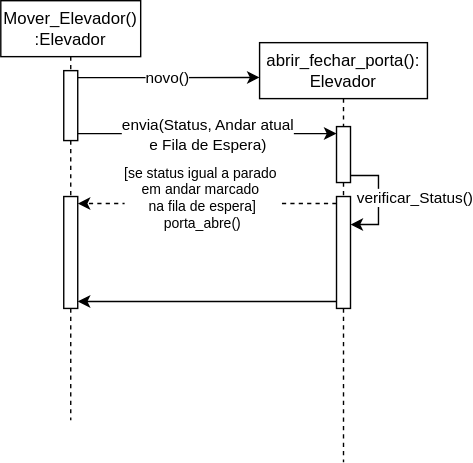
The draw.io diagram Diagrama-Sequencia/Abre_FechaPorta.svg in wholocked1/Projeto-2-modelagem, before a commit. Source tidied: cells renumbered, new cells last; positions are measured from the earlier drawing's top-left corner, leaving out a move shared by most shapes.
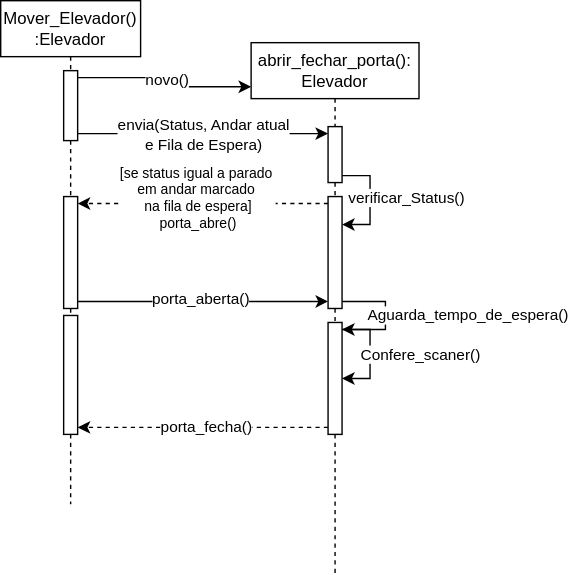
Later version of the same file.

Change to the diagram source:
```diff
@@ -3,10 +3,13 @@
     <mxCell id="0" />
     <mxCell id="1" parent="0" />
     <mxCell id="2" value="Mover_Elevador()&lt;div&gt;:Elevador&lt;/div&gt;" style="shape=umlLifeline;perimeter=lifelinePerimeter;whiteSpace=wrap;html=1;newEdgeStyle={&quot;curved&quot;:0,&quot;rounded&quot;:0};" parent="1" vertex="1">
-      <mxGeometry width="100" height="300" as="geometry" />
+      <mxGeometry width="100" height="360" as="geometry" />
     </mxCell>
+    <mxCell id="17" style="html=1;points=[[0,0,0,0,5],[0,1,0,0,-5],[1,0,0,0,5],[1,1,0,0,-5]];perimeter=orthogonalPerimeter;outlineConnect=0;targetShapes=umlLifeline;portConstraint=eastwest;newEdgeStyle={&quot;curved&quot;:0,&quot;rounded&quot;:0};" parent="2" vertex="1">
+      <mxGeometry x="45" y="225" width="10" height="85" as="geometry" />
+    </mxCell>
     <mxCell id="3" value="abrir_fechar_porta(): Elevador" style="shape=umlLifeline;perimeter=lifelinePerimeter;whiteSpace=wrap;html=1;outlineConnect=0;portConstraint=eastwest;newEdgeStyle={&quot;curved&quot;:0,&quot;rounded&quot;:0};" parent="1" vertex="1">
-      <mxGeometry x="185" y="30" width="120" height="300" as="geometry" />
+      <mxGeometry x="179" y="30" width="120" height="380" as="geometry" />
     </mxCell>
     <mxCell id="4" style="edgeStyle=orthogonalEdgeStyle;rounded=0;jettySize=auto;html=1;curved=0;exitX=1;exitY=1;exitDx=0;exitDy=-5;exitPerimeter=0;" parent="3" edge="1" source="6" target="7">
       <mxGeometry relative="1" as="geometry">
@@ -27,6 +30,30 @@
     <mxCell id="7" style="html=1;points=[[0,0,0,0,5],[0,1,0,0,-5],[1,0,0,0,5],[1,1,0,0,-5]];perimeter=orthogonalPerimeter;outlineConnect=0;targetShapes=umlLifeline;portConstraint=eastwest;newEdgeStyle={&quot;curved&quot;:0,&quot;rounded&quot;:0};" parent="3" vertex="1">
       <mxGeometry x="55" y="110" width="10" height="80" as="geometry" />
     </mxCell>
+    <mxCell id="18" style="html=1;points=[[0,0,0,0,5],[0,1,0,0,-5],[1,0,0,0,5],[1,1,0,0,-5]];perimeter=orthogonalPerimeter;outlineConnect=0;targetShapes=umlLifeline;portConstraint=eastwest;newEdgeStyle={&quot;curved&quot;:0,&quot;rounded&quot;:0};" parent="3" vertex="1">
+      <mxGeometry x="55" y="200" width="10" height="80" as="geometry" />
+    </mxCell>
+    <mxCell id="19" style="edgeStyle=orthogonalEdgeStyle;rounded=0;jettySize=auto;html=1;curved=0;exitX=1;exitY=1;exitDx=0;exitDy=-5;exitPerimeter=0;entryX=1;entryY=0;entryDx=0;entryDy=5;entryPerimeter=0;" parent="3" edge="1" source="7" target="18">
+      <mxGeometry relative="1" as="geometry">
+        <Array as="points">
+          <mxPoint x="96" y="185" />
+          <mxPoint x="96" y="205" />
+        </Array>
+      </mxGeometry>
+    </mxCell>
+    <mxCell id="20" value="Aguarda_tempo_de_espera()" style="edgeLabel;html=1;align=center;verticalAlign=middle;" parent="19" vertex="1">
+      <mxGeometry x="0.03" relative="1" as="geometry">
+        <mxPoint x="58" y="-2" as="offset" />
+      </mxGeometry>
+    </mxCell>
+    <mxCell id="21" style="edgeStyle=orthogonalEdgeStyle;rounded=0;orthogonalLoop=1;jettySize=auto;html=1;curved=0;exitX=1;exitY=0;exitDx=0;exitDy=5;exitPerimeter=0;" parent="3" edge="1" source="18" target="18">
+      <mxGeometry relative="1" as="geometry" />
+    </mxCell>
+    <mxCell id="22" value="Confere_scaner()" style="edgeLabel;html=1;align=center;verticalAlign=middle;" parent="21" vertex="1">
+      <mxGeometry y="-1" relative="1" as="geometry">
+        <mxPoint x="36" as="offset" />
+      </mxGeometry>
+    </mxCell>
     <mxCell id="8" style="edgeStyle=orthogonalEdgeStyle;rounded=0;jettySize=auto;html=1;curved=0;exitX=1;exitY=0;exitDx=0;exitDy=5;exitPerimeter=0;entryX=0;entryY=0.083;entryDx=0;entryDy=0;entryPerimeter=0;" parent="1" edge="1" source="15" target="3">
       <mxGeometry relative="1" as="geometry" />
     </mxCell>
@@ -47,14 +74,25 @@
         <mxPoint x="4" y="-4" as="offset" />
       </mxGeometry>
     </mxCell>
-    <mxCell id="14" style="edgeStyle=orthogonalEdgeStyle;rounded=0;jettySize=auto;html=1;curved=0;exitX=0;exitY=1;exitDx=0;exitDy=-5;exitPerimeter=0;entryX=1;entryY=1;entryDx=0;entryDy=-5;entryPerimeter=0;" parent="1" edge="1" source="7" target="16">
-      <mxGeometry relative="1" as="geometry" />
-    </mxCell>
     <mxCell id="15" style="html=1;points=[[0,0,0,0,5],[0,1,0,0,-5],[1,0,0,0,5],[1,1,0,0,-5]];perimeter=orthogonalPerimeter;outlineConnect=0;targetShapes=umlLifeline;portConstraint=eastwest;newEdgeStyle={&quot;curved&quot;:0,&quot;rounded&quot;:0};" parent="1" vertex="1">
       <mxGeometry x="45" y="50" width="10" height="50" as="geometry" />
     </mxCell>
     <mxCell id="16" style="html=1;points=[[0,0,0,0,5],[0,1,0,0,-5],[1,0,0,0,5],[1,1,0,0,-5]];perimeter=orthogonalPerimeter;outlineConnect=0;targetShapes=umlLifeline;portConstraint=eastwest;newEdgeStyle={&quot;curved&quot;:0,&quot;rounded&quot;:0};" parent="1" vertex="1">
       <mxGeometry x="45" y="140" width="10" height="80" as="geometry" />
     </mxCell>
+    <mxCell id="23" style="edgeStyle=orthogonalEdgeStyle;rounded=0;jettySize=auto;html=1;curved=0;exitX=1;exitY=1;exitDx=0;exitDy=-5;exitPerimeter=0;entryX=0;entryY=1;entryDx=0;entryDy=-5;entryPerimeter=0;" parent="1" edge="1" source="16" target="7">
+      <mxGeometry relative="1" as="geometry" />
+    </mxCell>
+    <mxCell id="24" value="porta_aberta()" style="edgeLabel;html=1;align=center;verticalAlign=middle;" parent="23" vertex="1">
+      <mxGeometry x="-0.03" y="3" relative="1" as="geometry" />
+    </mxCell>
+    <mxCell id="25" style="edgeStyle=orthogonalEdgeStyle;rounded=0;jettySize=auto;html=1;curved=0;exitX=0;exitY=1;exitDx=0;exitDy=-5;exitPerimeter=0;entryX=1;entryY=1;entryDx=0;entryDy=-5;entryPerimeter=0;dashed=1;" parent="1" edge="1" source="18" target="17">
+      <mxGeometry relative="1" as="geometry" />
+    </mxCell>
+    <mxCell id="26" value="porta_fecha()" style="edgeLabel;html=1;align=center;verticalAlign=middle;" parent="25" vertex="1">
+      <mxGeometry x="-0.05" y="2" relative="1" as="geometry">
+        <mxPoint x="-3" y="-3" as="offset" />
+      </mxGeometry>
+    </mxCell>
   </root>
 </mxGraphModel>
```
